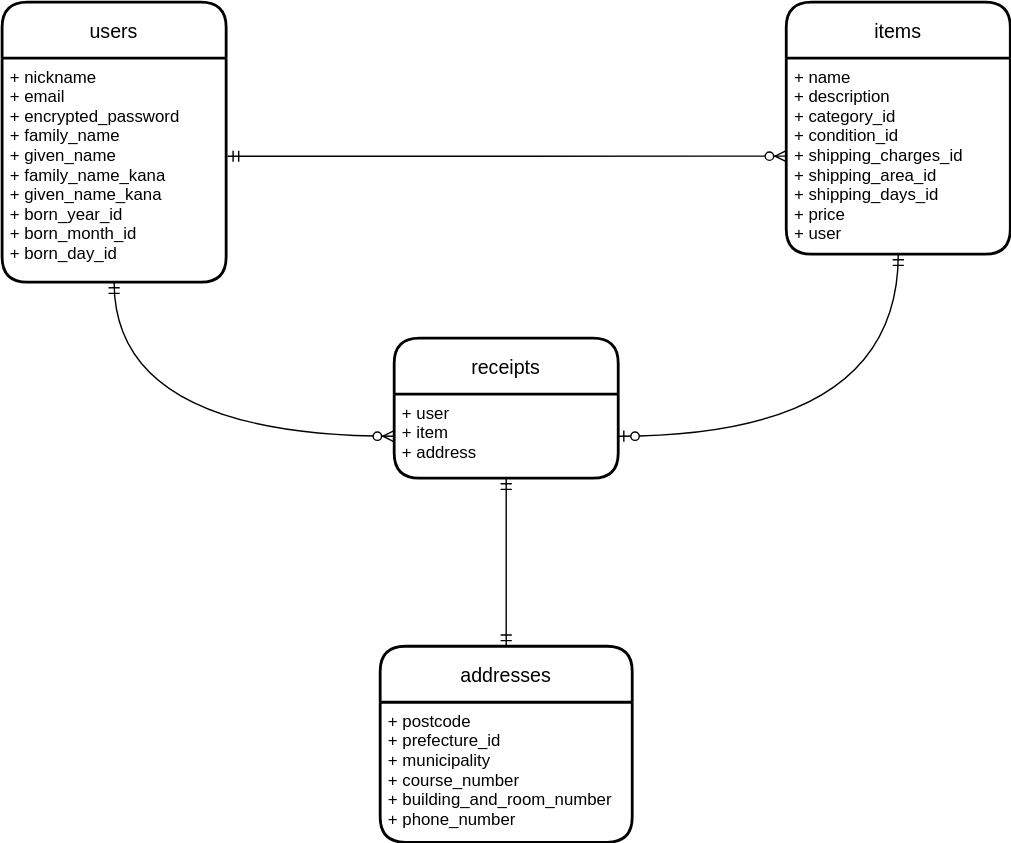
The draw.io diagram er.drawio.svg in Tsutsujun/furima-26293, before a commit. Source tidied: cells renumbered, new cells last; positions are measured from the earlier drawing's top-left corner, leaving out a move shared by most shapes.
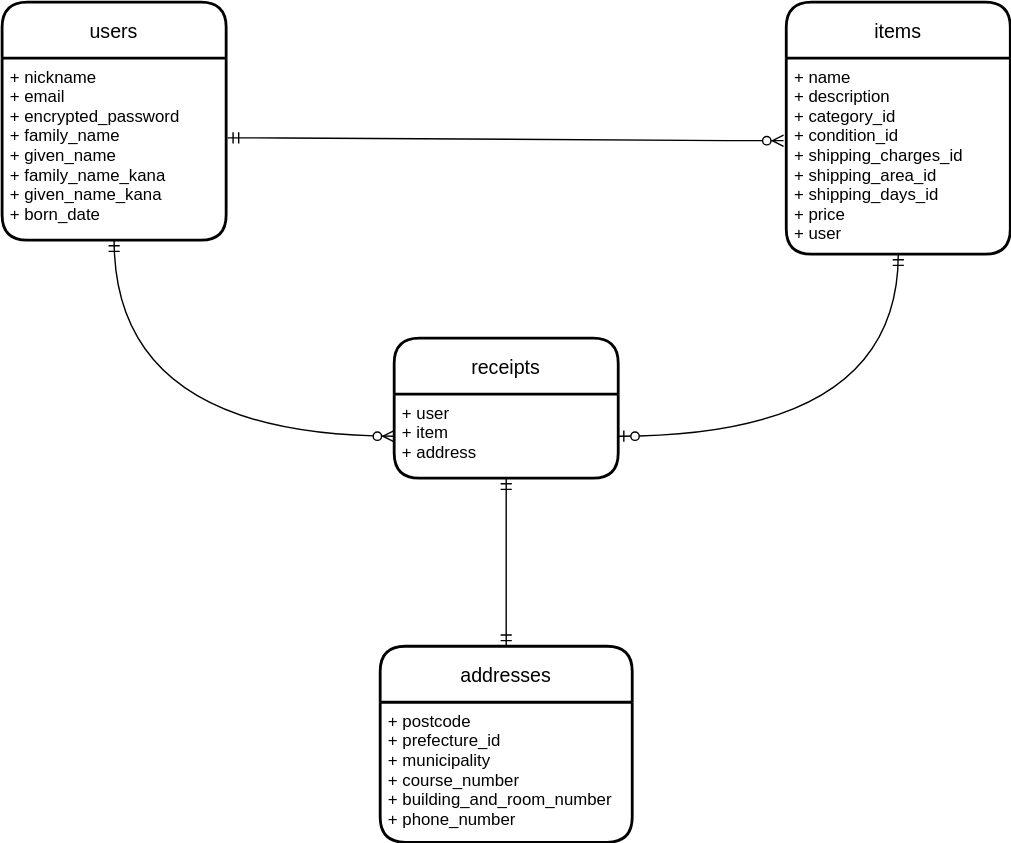
After the change.

Commit message:
modifies users-table of er.drawio.svg

Change to the diagram source:
```diff
@@ -10,11 +10,14 @@
       </mxGeometry>
     </mxCell>
     <mxCell id="3" value="users" style="swimlane;horizontal=1;startSize=40;rounded=1;fontSize=14;fontStyle=0;strokeWidth=2;shadow=0;dashed=0;align=center;" parent="1" vertex="1">
-      <mxGeometry width="160" height="200" as="geometry" />
+      <mxGeometry width="160" height="170" as="geometry" />
     </mxCell>
-    <mxCell id="4" value="+ nickname&#10;+ email&#10;+ encrypted_password&#10;+ family_name&#10;+ given_name&#10;+ family_name_kana&#10;+ given_name_kana&#10;+ born_year_id&#10;+ born_month_id&#10;+ born_day_id" style="align=left;strokeColor=none;fillColor=none;spacingLeft=4;fontSize=12;verticalAlign=top;" parent="3" vertex="1">
-      <mxGeometry y="40" width="160" height="160" as="geometry" />
+    <mxCell id="4" value="+ nickname&#10;+ email&#10;+ encrypted_password&#10;+ family_name&#10;+ given_name&#10;+ family_name_kana&#10;+ given_name_kana&#10;+ born_date" style="align=left;strokeColor=none;fillColor=none;spacingLeft=4;fontSize=12;verticalAlign=top;" parent="3" vertex="1">
+      <mxGeometry y="40" width="160" height="130" as="geometry" />
     </mxCell>
+    <mxCell id="14" style="edgeStyle=orthogonalEdgeStyle;rounded=0;orthogonalLoop=1;jettySize=auto;html=1;exitX=0.5;exitY=1;exitDx=0;exitDy=0;" parent="3" edge="1" source="4" target="4">
+      <mxGeometry relative="1" as="geometry" />
+    </mxCell>
     <mxCell id="5" value="items" style="swimlane;horizontal=1;startSize=40;rounded=1;fontSize=14;fontStyle=0;strokeWidth=2;shadow=0;dashed=0;align=center;" parent="1" vertex="1">
       <mxGeometry x="560" width="160" height="180" as="geometry" />
     </mxCell>
@@ -43,7 +46,7 @@
     <mxCell id="12" style="fontSize=12;html=1;endArrow=ERmandOne;startArrow=ERmandOne;exitX=0.5;exitY=1;exitDx=0;exitDy=0;entryX=0.5;entryY=0;entryDx=0;entryDy=0;" parent="1" edge="1" source="8" target="9">
       <mxGeometry relative="1" as="geometry" />
     </mxCell>
-    <mxCell id="13" style="edgeStyle=entityRelationEdgeStyle;fontSize=12;html=1;endArrow=ERzeroToMany;startArrow=ERmandOne;entryX=0;entryY=0.5;entryDx=0;entryDy=0;exitX=1.006;exitY=0.438;exitDx=0;exitDy=0;exitPerimeter=0;" parent="1" edge="1" source="4" target="6">
+    <mxCell id="13" style="edgeStyle=entityRelationEdgeStyle;fontSize=12;html=1;endArrow=ERzeroToMany;startArrow=ERmandOne;entryX=-0.012;entryY=0.421;entryDx=0;entryDy=0;exitX=1.006;exitY=0.438;exitDx=0;exitDy=0;exitPerimeter=0;entryPerimeter=0;" parent="1" edge="1" source="4" target="6">
       <mxGeometry relative="1" as="geometry" />
     </mxCell>
   </root>
```
